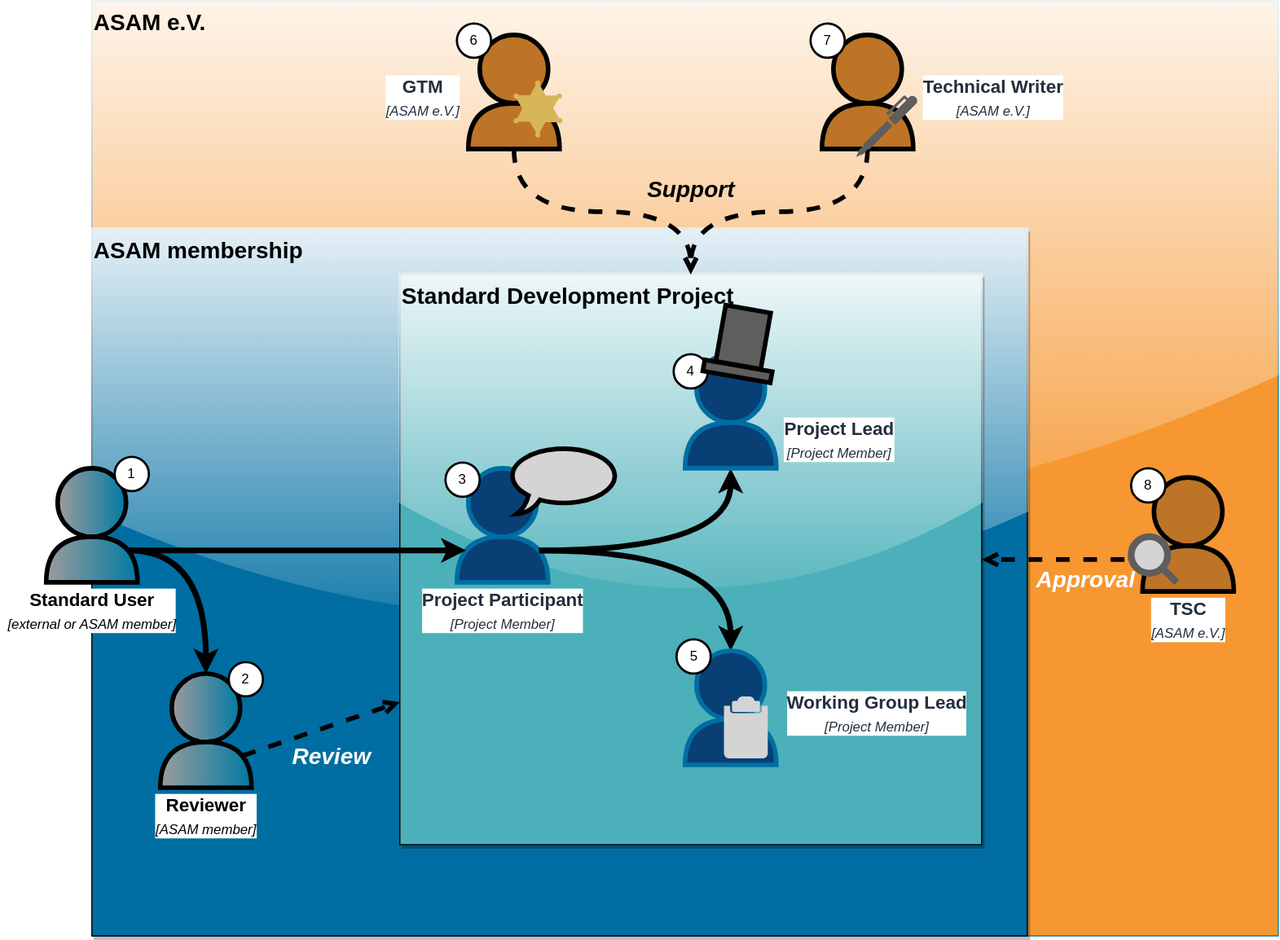
Before: content/modules/concepts/assets/images/roles_overview.drawio.svg, a diagram exported from draw.io (asam-ev/asam-project-guide-content). Source tidied: cells renumbered, new cells last; positions are measured from the earlier drawing's top-left corner, leaving out a move shared by most shapes.
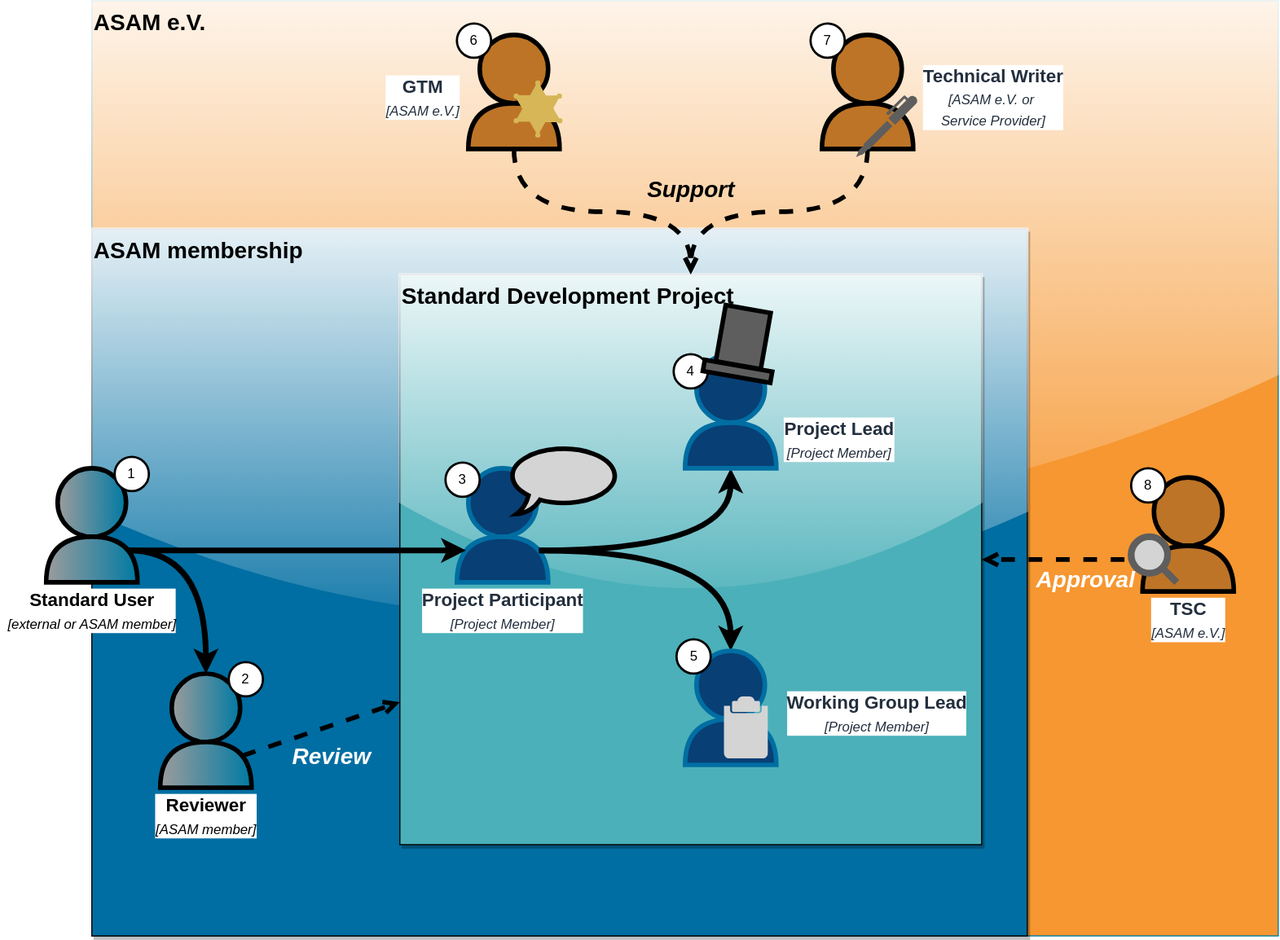
After the change.

Change to the diagram source:
```diff
@@ -148,8 +148,8 @@
     <mxCell id="49" value="&lt;b style=&quot;color: rgb(35 , 47 , 62) ; font-size: 12px&quot;&gt;&lt;font style=&quot;font-size: 16px&quot;&gt;GTM&lt;/font&gt;&lt;/b&gt;&lt;br style=&quot;color: rgb(35 , 47 , 62) ; font-size: 12px&quot;&gt;&lt;i style=&quot;color: rgb(35 , 47 , 62) ; font-size: 12px&quot;&gt;[ASAM e.V.]&lt;/i&gt;" style="text;html=1;align=center;verticalAlign=middle;strokeColor=none;fillColor=none;fontSize=16;fontColor=#000000;labelBackgroundColor=#FFFFFF;" parent="36" vertex="1">
       <mxGeometry x="-40" y="30" width="80" height="50" as="geometry" />
     </mxCell>
-    <mxCell id="50" value="&lt;b style=&quot;color: rgb(35 , 47 , 62) ; font-size: 12px&quot;&gt;&lt;font style=&quot;font-size: 16px&quot;&gt;Technical Writer&lt;/font&gt;&lt;/b&gt;&lt;br style=&quot;color: rgb(35 , 47 , 62) ; font-size: 12px&quot;&gt;&lt;i style=&quot;color: rgb(35 , 47 , 62) ; font-size: 12px&quot;&gt;[ASAM e.V.]&lt;/i&gt;" style="text;html=1;align=center;verticalAlign=middle;strokeColor=none;fillColor=none;fontSize=16;fontColor=#000000;labelBackgroundColor=#FFFFFF;" parent="1" vertex="1">
-      <mxGeometry x="800" y="60" width="140" height="50" as="geometry" />
+    <mxCell id="50" value="&lt;b style=&quot;color: rgb(35 , 47 , 62) ; font-size: 12px&quot;&gt;&lt;font style=&quot;font-size: 16px&quot;&gt;Technical Writer&lt;/font&gt;&lt;/b&gt;&lt;br style=&quot;color: rgb(35 , 47 , 62) ; font-size: 12px&quot;&gt;&lt;i style=&quot;color: rgb(35 , 47 , 62) ; font-size: 12px&quot;&gt;[ASAM e.V. or&amp;nbsp;&lt;br&gt;Service Provider]&lt;/i&gt;" style="text;html=1;align=center;verticalAlign=middle;strokeColor=none;fillColor=none;fontSize=16;fontColor=#000000;labelBackgroundColor=#FFFFFF;" parent="1" vertex="1">
+      <mxGeometry x="800" y="50" width="140" height="70" as="geometry" />
     </mxCell>
     <mxCell id="51" value="7" style="ellipse;whiteSpace=wrap;html=1;rounded=0;shadow=0;glass=0;labelBackgroundColor=#FFFFFF;sketch=0;fontSize=12;strokeWidth=2;gradientDirection=south;" parent="1" vertex="1">
       <mxGeometry x="710" y="20" width="30" height="30" as="geometry" />
```
